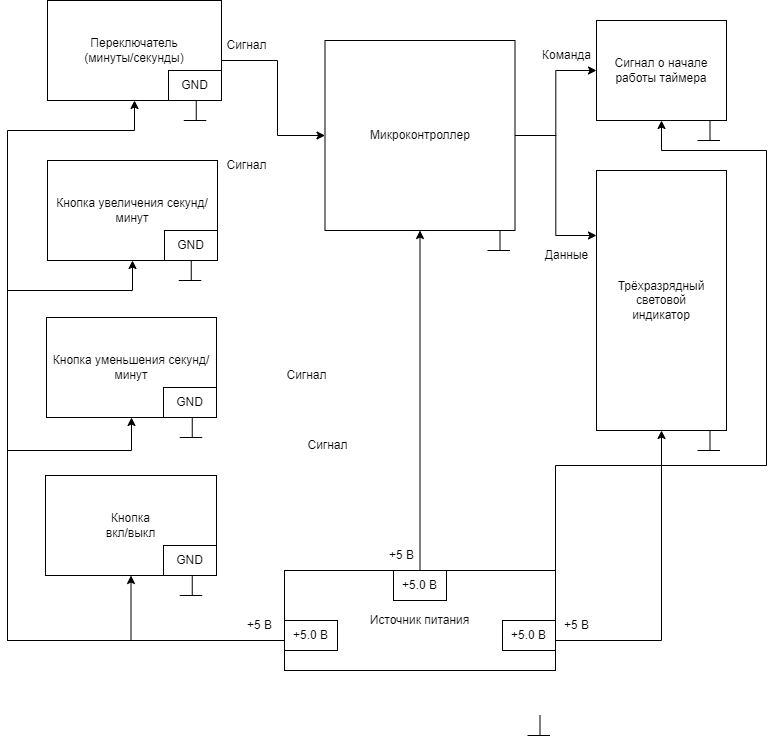
This is Схемыч!!!.png from IlyaFedoseev227/LABS-PNRPU-IVT-22-1b, a draw.io export, as it was before one commit. Source tidied: cells renumbered, new cells last; positions are measured from the earlier drawing's top-left corner, leaving out a move shared by most shapes.
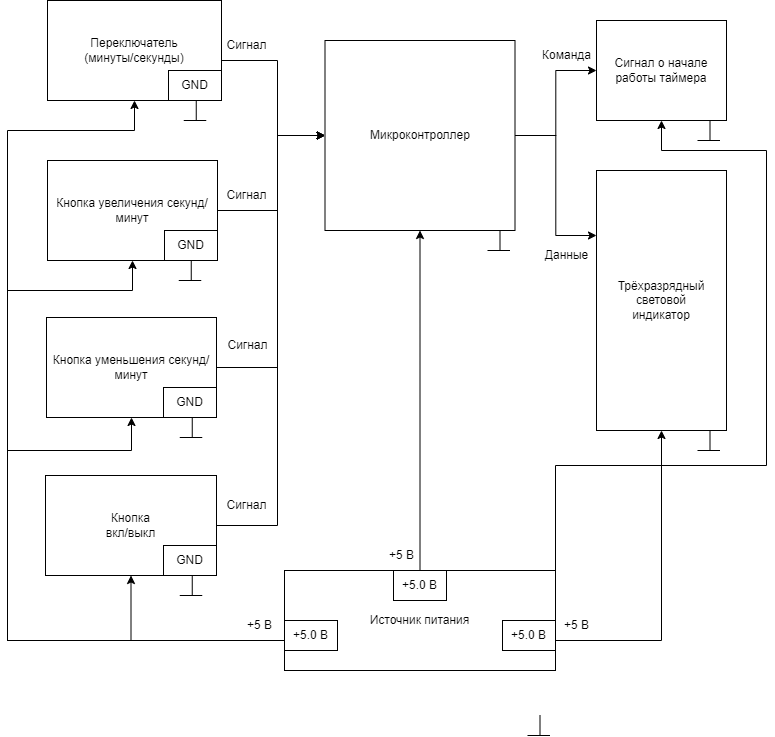
After the change.

What changed in the source:
```diff
@@ -25,12 +25,36 @@
     <mxCell id="7" value="Микроконтроллер" style="rounded=0;whiteSpace=wrap;html=1;" parent="1" vertex="1">
       <mxGeometry x="317.5" y="40" width="190" height="190" as="geometry" />
     </mxCell>
+    <mxCell id="52" style="edgeStyle=orthogonalEdgeStyle;rounded=0;jettySize=auto;html=1;exitX=1;exitY=0.5;exitDx=0;exitDy=0;entryX=0;entryY=0.5;entryDx=0;entryDy=0;" parent="1" edge="1" source="8" target="7">
+      <mxGeometry relative="1" as="geometry">
+        <Array as="points">
+          <mxPoint x="270" y="210" />
+          <mxPoint x="270" y="135" />
+        </Array>
+      </mxGeometry>
+    </mxCell>
     <mxCell id="8" value="Кнопка увеличения секунд/минут" style="rounded=0;whiteSpace=wrap;html=1;" parent="1" vertex="1">
       <mxGeometry x="40" y="160" width="170" height="100" as="geometry" />
     </mxCell>
+    <mxCell id="53" style="edgeStyle=orthogonalEdgeStyle;rounded=0;jettySize=auto;html=1;exitX=1;exitY=0.5;exitDx=0;exitDy=0;entryX=0;entryY=0.5;entryDx=0;entryDy=0;" parent="1" edge="1" source="9" target="7">
+      <mxGeometry relative="1" as="geometry">
+        <Array as="points">
+          <mxPoint x="270" y="367" />
+          <mxPoint x="270" y="135" />
+        </Array>
+      </mxGeometry>
+    </mxCell>
     <mxCell id="9" value="Кнопка уменьшения секунд/минут" style="rounded=0;whiteSpace=wrap;html=1;" parent="1" vertex="1">
       <mxGeometry x="39" y="317" width="170" height="100" as="geometry" />
     </mxCell>
+    <mxCell id="54" style="edgeStyle=orthogonalEdgeStyle;rounded=0;jettySize=auto;html=1;exitX=1;exitY=0.5;exitDx=0;exitDy=0;entryX=0;entryY=0.5;entryDx=0;entryDy=0;" parent="1" edge="1" source="10" target="7">
+      <mxGeometry relative="1" as="geometry">
+        <Array as="points">
+          <mxPoint x="270" y="525" />
+          <mxPoint x="270" y="135" />
+        </Array>
+      </mxGeometry>
+    </mxCell>
     <mxCell id="10" value="Кнопка &lt;br&gt;вкл/выкл" style="rounded=0;whiteSpace=wrap;html=1;" parent="1" vertex="1">
       <mxGeometry x="38" y="475" width="171" height="100" as="geometry" />
     </mxCell>
@@ -218,13 +242,13 @@
       <mxGeometry x="209" y="30" width="60" height="30" as="geometry" />
     </mxCell>
     <mxCell id="42" value="Сигнал" style="text;html=1;align=center;verticalAlign=middle;strokeColor=none;fillColor=none;" parent="1" vertex="1">
-      <mxGeometry x="290" y="430" width="60" height="30" as="geometry" />
+      <mxGeometry x="210" y="330" width="60" height="30" as="geometry" />
     </mxCell>
     <mxCell id="43" value="Сигнал" style="text;html=1;align=center;verticalAlign=middle;strokeColor=none;fillColor=none;" parent="1" vertex="1">
-      <mxGeometry x="269" y="360" width="60" height="30" as="geometry" />
+      <mxGeometry x="209" y="490" width="60" height="30" as="geometry" />
     </mxCell>
     <mxCell id="44" value="Сигнал" style="text;html=1;align=center;verticalAlign=middle;strokeColor=none;fillColor=none;" parent="1" vertex="1">
-      <mxGeometry x="209" y="150" width="60" height="30" as="geometry" />
+      <mxGeometry x="209" y="180" width="60" height="30" as="geometry" />
     </mxCell>
     <mxCell id="45" value="GND" style="rounded=0;whiteSpace=wrap;html=1;" parent="1" vertex="1">
       <mxGeometry x="161" y="70" width="53" height="30" as="geometry" />
```
